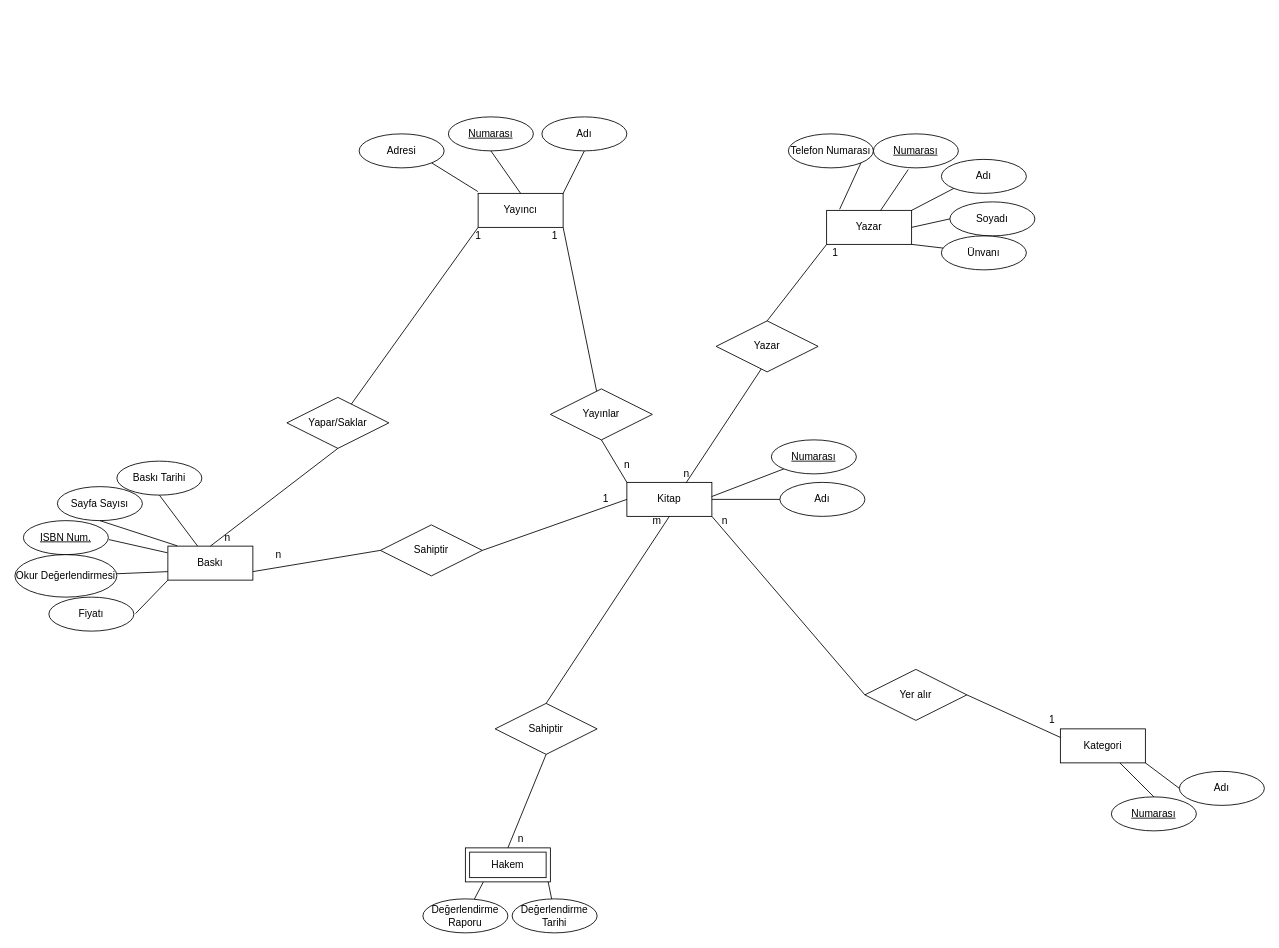
The draw.io diagram Untitled Diagram.drawio in cannozbek/hello-world, before the edit. Source tidied: cells renumbered, new cells numbered last; positions are measured from the earlier drawing's top-left corner, leaving out a move shared by most shapes. Both pictures are drawn from the tidied source at 85%, with x=0, y=0 at pixel (14, 116).
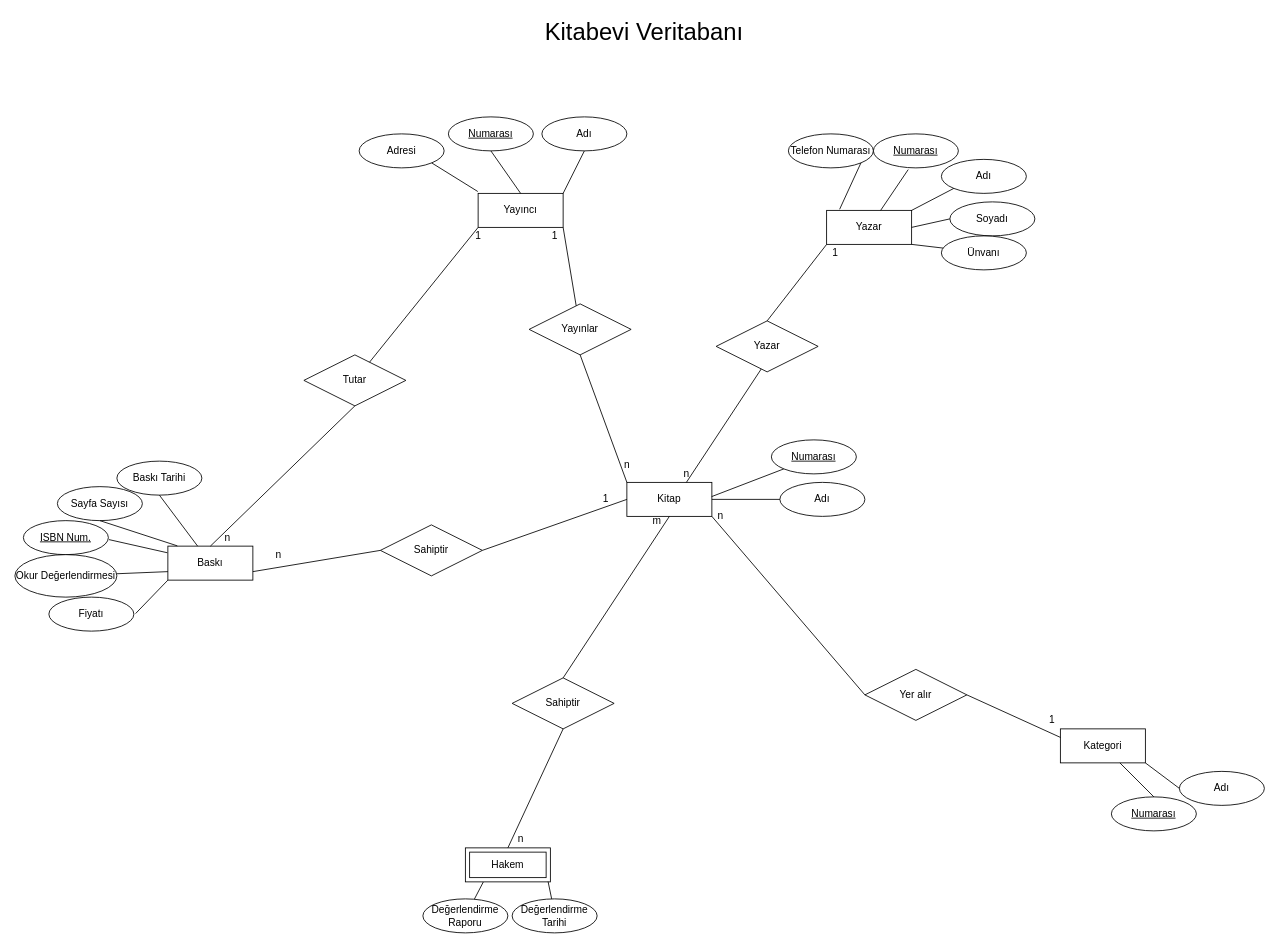
Above is the later version.

The edit, as a diff of the source:
```diff
@@
     <mxCell id="46" value="Yayınlar" style="shape=rhombus;perimeter=rhombusPerimeter;whiteSpace=wrap;html=1;align=center;" parent="1" vertex="1">
-      <mxGeometry x="630" y="320" width="120" height="60" as="geometry" />
+      <mxGeometry x="605" y="220" width="120" height="60" as="geometry" />
     </mxCell>
@@
-    <mxCell id="61" value="Yapar/Saklar" style="shape=rhombus;perimeter=rhombusPerimeter;whiteSpace=wrap;html=1;align=center;" parent="1" vertex="1">
-      <mxGeometry x="320" y="330" width="120" height="60" as="geometry" />
+    <mxCell id="61" value="Tutar" style="shape=rhombus;perimeter=rhombusPerimeter;whiteSpace=wrap;html=1;align=center;" parent="1" vertex="1">
+      <mxGeometry x="340" y="280" width="120" height="60" as="geometry" />
     </mxCell>
@@
     <mxCell id="67" value="Sahiptir" style="shape=rhombus;perimeter=rhombusPerimeter;whiteSpace=wrap;html=1;align=center;" parent="1" vertex="1">
-      <mxGeometry x="565" y="690" width="120" height="60" as="geometry" />
+      <mxGeometry x="585" y="660" width="120" height="60" as="geometry" />
     </mxCell>
@@
     <mxCell id="73" value="n" style="text;html=1;align=center;verticalAlign=middle;" parent="1" vertex="1">
-      <mxGeometry x="825" y="465" width="20" height="20" as="geometry" />
+      <mxGeometry x="820" y="460" width="20" height="20" as="geometry" />
     </mxCell>
@@
+    <mxCell id="76" value="&lt;font style=&quot;font-size: 28px&quot;&gt;Kitabevi Veritabanı&lt;/font&gt;" style="text;html=1;align=center;verticalAlign=middle;strokeWidth=3;spacing=6;" parent="1" vertex="1">
+      <mxGeometry x="610" y="-120" width="260" height="40" as="geometry" />
+    </mxCell>
```
